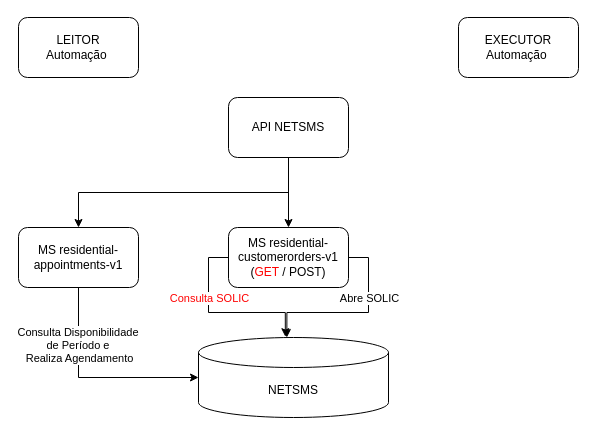
Before: 125950 BKO Auditoria Retenção - microsserviços NetSMS.drawio in samirali/ClaroBrasil, a draw.io diagram. Source tidied: cells renumbered, new cells numbered last; positions are measured from the earlier drawing's top-left corner, leaving out a move shared by most shapes. Both pictures are drawn from the tidied source at 100%, with x=0, y=0 at pixel (18, 17).
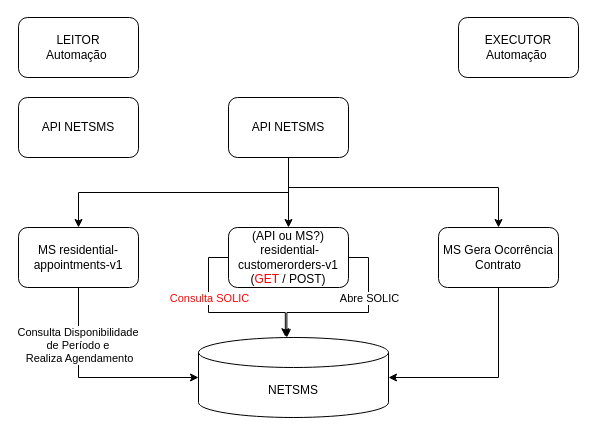
The same page after the edit.

The change refers to these unchanged cells:
```xml
<mxCell id="5" value="API NETSMS" style="rounded=1;whiteSpace=wrap;html=1;" parent="1" vertex="1">
  <mxGeometry x="210" y="80" width="120" height="60" as="geometry" />
</mxCell>
<mxCell id="7" value="NETSMS" style="shape=cylinder3;whiteSpace=wrap;html=1;boundedLbl=1;backgroundOutline=1;size=15;" parent="1" vertex="1">
  <mxGeometry x="180" y="320" width="190" height="80" as="geometry" />
</mxCell>
```

What changed in the source:
```diff
@@
-    <mxCell id="6" value="MS&amp;nbsp;&lt;span&gt;residential-customerorders-v1 (&lt;font style=&quot;color: rgb(255, 0, 0);&quot;&gt;GET&lt;/font&gt; / POST)&lt;/span&gt;" style="rounded=1;whiteSpace=wrap;html=1;" parent="1" vertex="1">
+    <mxCell id="6" value="(API ou MS?)&lt;div&gt;&amp;nbsp;&lt;span&gt;residential-customerorders-v1 (&lt;font style=&quot;color: rgb(255, 0, 0);&quot;&gt;GET&lt;/font&gt; / POST)&lt;/span&gt;&lt;/div&gt;" style="rounded=1;whiteSpace=wrap;html=1;" parent="1" vertex="1">
       <mxGeometry x="210" y="210" width="120" height="60" as="geometry" />
     </mxCell>
@@
+    <mxCell id="16" value="API NETSMS" style="rounded=1;whiteSpace=wrap;html=1;" parent="1" vertex="1">
+      <mxGeometry y="80" width="120" height="60" as="geometry" />
+    </mxCell>
+    <mxCell id="17" value="MS&amp;nbsp;&lt;span&gt;Gera Ocorrência Contrato&lt;/span&gt;" style="rounded=1;whiteSpace=wrap;html=1;" parent="1" vertex="1">
+      <mxGeometry x="420" y="210" width="120" height="60" as="geometry" />
+    </mxCell>
+    <mxCell id="18" style="edgeStyle=orthogonalEdgeStyle;rounded=0;jettySize=auto;html=1;entryX=1;entryY=0.5;entryDx=0;entryDy=0;entryPerimeter=0;exitX=0.5;exitY=1;exitDx=0;exitDy=0;" parent="1" edge="1" source="17" target="7">
+      <mxGeometry relative="1" as="geometry" />
+    </mxCell>
+    <mxCell id="19" style="edgeStyle=orthogonalEdgeStyle;rounded=0;jettySize=auto;html=1;entryX=0.5;entryY=0;entryDx=0;entryDy=0;" parent="1" edge="1" source="5" target="17">
+      <mxGeometry relative="1" as="geometry">
+        <Array as="points">
+          <mxPoint x="270" y="170" />
+          <mxPoint x="480" y="170" />
+        </Array>
+      </mxGeometry>
+    </mxCell>
```
